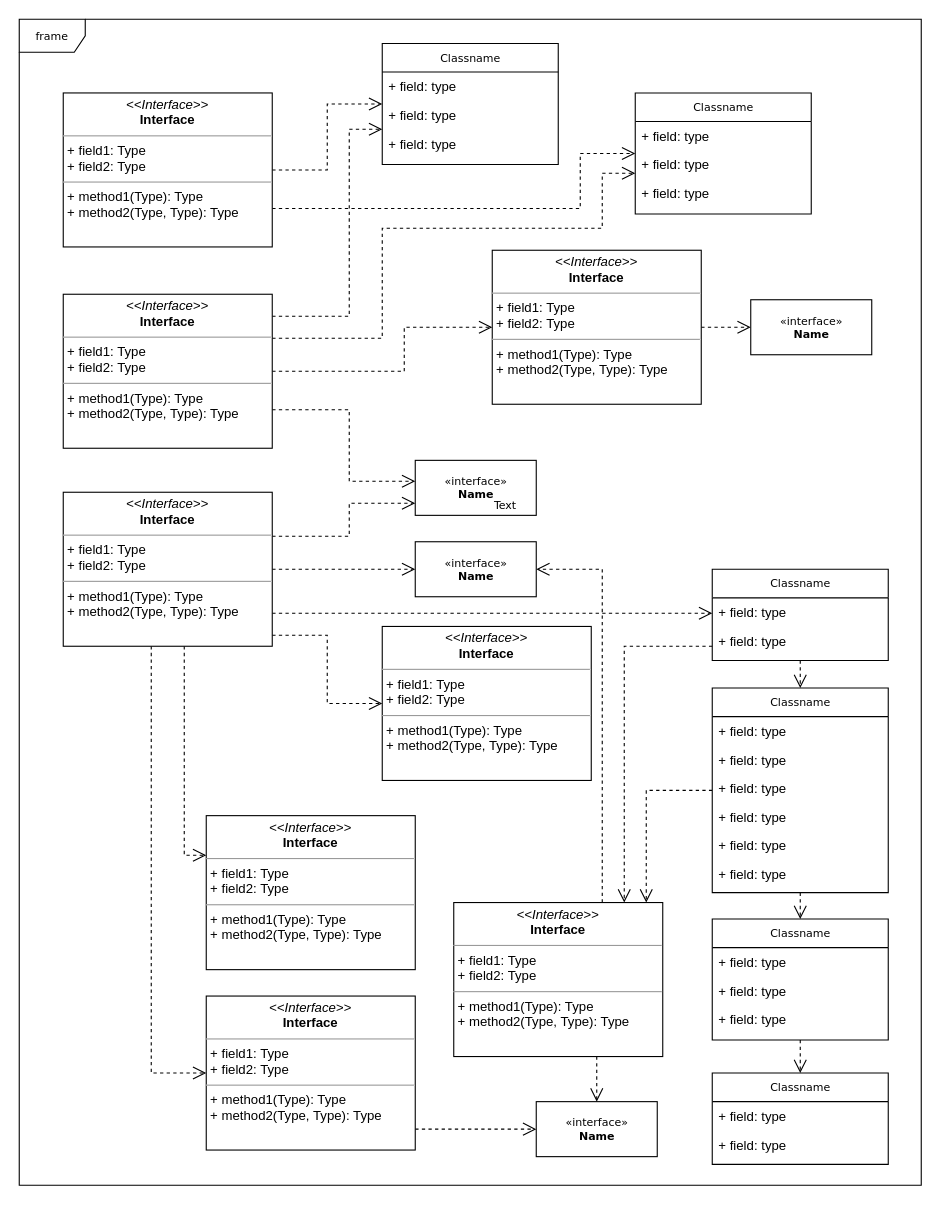
PedroPzz/AppTeste keeps this draw.io diagram as Diagrama sem nome.drawio. Above is the earlier version. Source tidied: cells renumbered, new cells numbered last; positions are measured from the earlier drawing's top-left corner, leaving out a move shared by most shapes. Both pictures are drawn from the tidied source at 110%, with x=0, y=0 at pixel (19, 19).
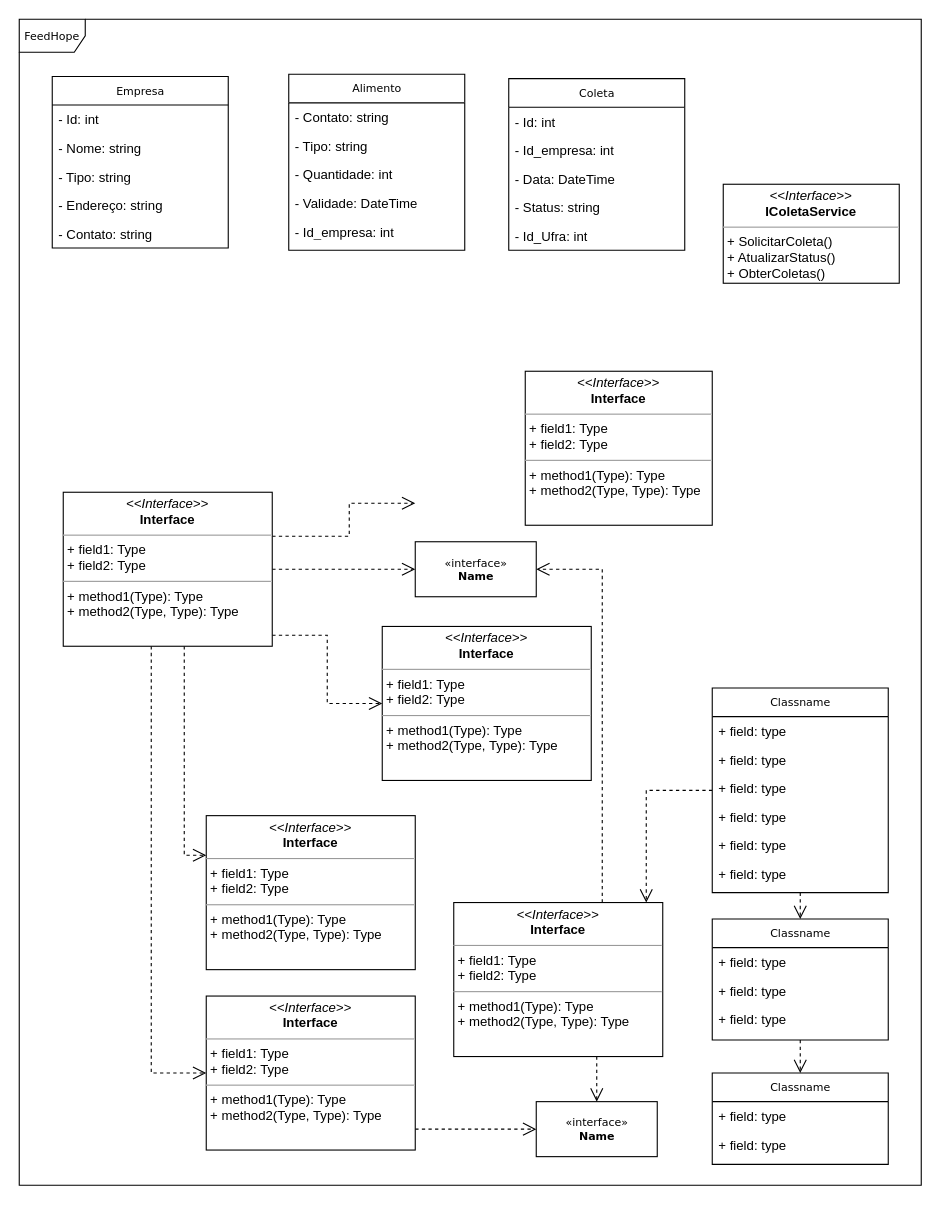
The same page after the edit.

The change refers to these unchanged cells:
```xml
<mxCell id="5" value="Classname" style="swimlane;html=1;fontStyle=0;horizontal=1;startSize=26;fillColor=none;swimlaneFillColor=#ffffff;rounded=0;shadow=0;comic=0;labelBackgroundColor=none;strokeWidth=1;fontFamily=Verdana;fontSize=10;align=center;" parent="1" vertex="1">
  <mxGeometry x="630" y="608" width="160" height="186" as="geometry" />
</mxCell>
<mxCell id="35" value="&lt;p style=&quot;margin:0px;margin-top:4px;text-align:center;&quot;&gt;&lt;i&gt;&amp;lt;&amp;lt;Interface&amp;gt;&amp;gt;&lt;/i&gt;&lt;br/&gt;&lt;b&gt;Interface&lt;/b&gt;&lt;/p&gt;&lt;hr size=&quot;1&quot;/&gt;&lt;p style=&quot;margin:0px;margin-left:4px;&quot;&gt;+ field1: Type&lt;br/&gt;+ field2: Type&lt;/p&gt;&lt;hr size=&quot;1&quot;/&gt;&lt;p style=&quot;margin:0px;margin-left:4px;&quot;&gt;+ method1(Type): Type&lt;br/&gt;+ method2(Type, Type): Type&lt;/p&gt;" style="verticalAlign=top;align=left;overflow=fill;fontSize=12;fontFamily=Helvetica;html=1;rounded=0;shadow=0;comic=0;labelBackgroundColor=none;strokeWidth=1;" parent="1" vertex="1">
  <mxGeometry x="395" y="803" width="190" height="140" as="geometry" />
</mxCell>
<mxCell id="60" value="&lt;p style=&quot;margin:0px;margin-top:4px;text-align:center;&quot;&gt;&lt;i&gt;&amp;lt;&amp;lt;Interface&amp;gt;&amp;gt;&lt;/i&gt;&lt;br/&gt;&lt;b&gt;Interface&lt;/b&gt;&lt;/p&gt;&lt;hr size=&quot;1&quot;/&gt;&lt;p style=&quot;margin:0px;margin-left:4px;&quot;&gt;+ field1: Type&lt;br/&gt;+ field2: Type&lt;/p&gt;&lt;hr size=&quot;1&quot;/&gt;&lt;p style=&quot;margin:0px;margin-left:4px;&quot;&gt;+ method1(Type): Type&lt;br/&gt;+ method2(Type, Type): Type&lt;/p&gt;" style="verticalAlign=top;align=left;overflow=fill;fontSize=12;fontFamily=Helvetica;html=1;rounded=0;shadow=0;comic=0;labelBackgroundColor=none;strokeWidth=1;" parent="1" vertex="1">
  <mxGeometry x="40" y="430" width="190" height="140" as="geometry" />
</mxCell>
```

Diff of the diagram source:
```diff
@@
-    <mxCell id="2" value="frame" style="shape=umlFrame;whiteSpace=wrap;html=1;rounded=0;shadow=0;comic=0;labelBackgroundColor=none;strokeWidth=1;fontFamily=Verdana;fontSize=10;align=center;" parent="1" vertex="1">
+    <mxCell id="2" value="FeedHope" style="shape=umlFrame;whiteSpace=wrap;html=1;rounded=0;shadow=0;comic=0;labelBackgroundColor=none;strokeWidth=1;fontFamily=Verdana;fontSize=10;align=center;" parent="1" vertex="1">
       <mxGeometry width="820" height="1060" as="geometry" />
     </mxCell>
@@
-    <mxCell id="12" value="Classname" style="swimlane;html=1;fontStyle=0;horizontal=1;startSize=26;fillColor=none;swimlaneFillColor=#ffffff;rounded=0;shadow=0;comic=0;labelBackgroundColor=none;strokeWidth=1;fontFamily=Verdana;fontSize=10;align=center;" parent="1" vertex="1">
-      <mxGeometry x="330" y="22" width="160" height="110" as="geometry" />
+    <mxCell id="12" value="Empresa" style="swimlane;html=1;fontStyle=0;horizontal=1;startSize=26;fillColor=none;swimlaneFillColor=#ffffff;rounded=0;shadow=0;comic=0;labelBackgroundColor=none;strokeWidth=1;fontFamily=Verdana;fontSize=10;align=center;" parent="1" vertex="1">
+      <mxGeometry x="30" y="52" width="160" height="156" as="geometry" />
     </mxCell>
-    <mxCell id="13" value="+ field: type" style="text;html=1;strokeColor=none;fillColor=none;align=left;verticalAlign=top;spacingLeft=4;spacingRight=4;whiteSpace=wrap;overflow=hidden;" parent="12" vertex="1">
+    <mxCell id="13" value="- Id: int" style="text;html=1;strokeColor=none;fillColor=none;align=left;verticalAlign=top;spacingLeft=4;spacingRight=4;whiteSpace=wrap;overflow=hidden;" parent="12" vertex="1">
       <mxGeometry y="26" width="160" height="26" as="geometry" />
     </mxCell>
-    <mxCell id="14" value="+ field: type" style="text;html=1;strokeColor=none;fillColor=none;align=left;verticalAlign=top;spacingLeft=4;spacingRight=4;whiteSpace=wrap;overflow=hidden;" parent="12" vertex="1">
+    <mxCell id="14" value="- Nome: string" style="text;html=1;strokeColor=none;fillColor=none;align=left;verticalAlign=top;spacingLeft=4;spacingRight=4;whiteSpace=wrap;overflow=hidden;" parent="12" vertex="1">
       <mxGeometry y="52" width="160" height="26" as="geometry" />
     </mxCell>
-    <mxCell id="15" value="+ field: type" style="text;html=1;strokeColor=none;fillColor=none;align=left;verticalAlign=top;spacingLeft=4;spacingRight=4;whiteSpace=wrap;overflow=hidden;" parent="12" vertex="1">
+    <mxCell id="15" value="- Tipo: string" style="text;html=1;strokeColor=none;fillColor=none;align=left;verticalAlign=top;spacingLeft=4;spacingRight=4;whiteSpace=wrap;overflow=hidden;" parent="12" vertex="1">
       <mxGeometry y="78" width="160" height="26" as="geometry" />
     </mxCell>
+    <mxCell id="62" value="- Endereço: string" style="text;html=1;strokeColor=none;fillColor=none;align=left;verticalAlign=top;spacingLeft=4;spacingRight=4;whiteSpace=wrap;overflow=hidden;" parent="12" vertex="1">
+      <mxGeometry y="104" width="160" height="26" as="geometry" />
+    </mxCell>
+    <mxCell id="63" value="- Contato: string" style="text;html=1;strokeColor=none;fillColor=none;align=left;verticalAlign=top;spacingLeft=4;spacingRight=4;whiteSpace=wrap;overflow=hidden;" parent="12" vertex="1">
+      <mxGeometry y="130" width="160" height="26" as="geometry" />
+    </mxCell>
-    <mxCell id="16" value="Classname" style="swimlane;html=1;fontStyle=0;horizontal=1;startSize=26;fillColor=none;swimlaneFillColor=#ffffff;rounded=0;shadow=0;comic=0;labelBackgroundColor=none;strokeWidth=1;fontFamily=Verdana;fontSize=10;align=center;" parent="1" vertex="1">
-      <mxGeometry x="560" y="67" width="160" height="110" as="geometry" />
+    <mxCell id="16" value="Alimento" style="swimlane;html=1;fontStyle=0;horizontal=1;startSize=26;fillColor=none;swimlaneFillColor=#ffffff;rounded=0;shadow=0;comic=0;labelBackgroundColor=none;strokeWidth=1;fontFamily=Verdana;fontSize=10;align=center;" parent="1" vertex="1">
+      <mxGeometry x="245" y="50" width="160" height="160" as="geometry" />
     </mxCell>
-    <mxCell id="17" value="+ field: type" style="text;html=1;strokeColor=none;fillColor=none;align=left;verticalAlign=top;spacingLeft=4;spacingRight=4;whiteSpace=wrap;overflow=hidden;" parent="16" vertex="1">
-      <mxGeometry y="26" width="160" height="26" as="geometry" />
-    </mxCell>
-    <mxCell id="18" value="+ field: type" style="text;html=1;strokeColor=none;fillColor=none;align=left;verticalAlign=top;spacingLeft=4;spacingRight=4;whiteSpace=wrap;overflow=hidden;" parent="16" vertex="1">
-      <mxGeometry y="52" width="160" height="26" as="geometry" />
-    </mxCell>
-    <mxCell id="19" value="+ field: type" style="text;html=1;strokeColor=none;fillColor=none;align=left;verticalAlign=top;spacingLeft=4;spacingRight=4;whiteSpace=wrap;overflow=hidden;" parent="16" vertex="1">
-      <mxGeometry y="78" width="160" height="26" as="geometry" />
-    </mxCell>
+    <mxCell id="64" value="- Contato: string" style="text;html=1;strokeColor=none;fillColor=none;align=left;verticalAlign=top;spacingLeft=4;spacingRight=4;whiteSpace=wrap;overflow=hidden;" parent="16" vertex="1">
+      <mxGeometry y="26" width="160" height="26" as="geometry" />
+    </mxCell>
+    <mxCell id="65" value="- Tipo: string" style="text;html=1;strokeColor=none;fillColor=none;align=left;verticalAlign=top;spacingLeft=4;spacingRight=4;whiteSpace=wrap;overflow=hidden;" parent="16" vertex="1">
+      <mxGeometry y="52" width="160" height="26" as="geometry" />
+    </mxCell>
+    <mxCell id="66" value="- Quantidade: int" style="text;html=1;strokeColor=none;fillColor=none;align=left;verticalAlign=top;spacingLeft=4;spacingRight=4;whiteSpace=wrap;overflow=hidden;" parent="16" vertex="1">
+      <mxGeometry y="78" width="160" height="26" as="geometry" />
+    </mxCell>
+    <mxCell id="67" value="- Validade: DateTime" style="text;html=1;strokeColor=none;fillColor=none;align=left;verticalAlign=top;spacingLeft=4;spacingRight=4;whiteSpace=wrap;overflow=hidden;" parent="16" vertex="1">
+      <mxGeometry y="104" width="160" height="26" as="geometry" />
+    </mxCell>
+    <mxCell id="68" value="- Id_empresa: int" style="text;html=1;strokeColor=none;fillColor=none;align=left;verticalAlign=top;spacingLeft=4;spacingRight=4;whiteSpace=wrap;overflow=hidden;" parent="16" vertex="1">
+      <mxGeometry y="130" width="160" height="26" as="geometry" />
+    </mxCell>
@@
-    <mxCell id="28" style="edgeStyle=orthogonalEdgeStyle;rounded=0;html=1;dashed=1;labelBackgroundColor=none;startFill=0;endArrow=open;endFill=0;endSize=10;fontFamily=Verdana;fontSize=10;" parent="1" edge="1" source="29" target="5">
-      <mxGeometry relative="1" as="geometry" />
-    </mxCell>
-    <mxCell id="29" value="Classname" style="swimlane;html=1;fontStyle=0;horizontal=1;startSize=26;fillColor=none;swimlaneFillColor=#ffffff;rounded=0;shadow=0;comic=0;labelBackgroundColor=none;strokeWidth=1;fontFamily=Verdana;fontSize=10;align=center;" parent="1" vertex="1">
-      <mxGeometry x="630" y="500" width="160" height="83" as="geometry" />
+    <mxCell id="29" value="Coleta" style="swimlane;html=1;fontStyle=0;horizontal=1;startSize=26;fillColor=none;swimlaneFillColor=#ffffff;rounded=0;shadow=0;comic=0;labelBackgroundColor=none;strokeWidth=1;fontFamily=Verdana;fontSize=10;align=center;" parent="1" vertex="1">
+      <mxGeometry x="445" y="54" width="160" height="156" as="geometry" />
     </mxCell>
-    <mxCell id="30" value="+ field: type" style="text;html=1;strokeColor=none;fillColor=none;align=left;verticalAlign=top;spacingLeft=4;spacingRight=4;whiteSpace=wrap;overflow=hidden;" parent="29" vertex="1">
-      <mxGeometry y="26" width="160" height="26" as="geometry" />
-    </mxCell>
-    <mxCell id="31" value="+ field: type" style="text;html=1;strokeColor=none;fillColor=none;align=left;verticalAlign=top;spacingLeft=4;spacingRight=4;whiteSpace=wrap;overflow=hidden;" parent="29" vertex="1">
-      <mxGeometry y="52" width="160" height="26" as="geometry" />
-    </mxCell>
+    <mxCell id="69" value="- Id: int" style="text;html=1;strokeColor=none;fillColor=none;align=left;verticalAlign=top;spacingLeft=4;spacingRight=4;whiteSpace=wrap;overflow=hidden;" parent="29" vertex="1">
+      <mxGeometry y="26" width="160" height="26" as="geometry" />
+    </mxCell>
+    <mxCell id="70" value="- Id_empresa: int" style="text;html=1;strokeColor=none;fillColor=none;align=left;verticalAlign=top;spacingLeft=4;spacingRight=4;whiteSpace=wrap;overflow=hidden;" parent="29" vertex="1">
+      <mxGeometry y="52" width="160" height="26" as="geometry" />
+    </mxCell>
+    <mxCell id="71" value="- Data: DateTime" style="text;html=1;strokeColor=none;fillColor=none;align=left;verticalAlign=top;spacingLeft=4;spacingRight=4;whiteSpace=wrap;overflow=hidden;" parent="29" vertex="1">
+      <mxGeometry y="78" width="160" height="26" as="geometry" />
+    </mxCell>
+    <mxCell id="72" value="- Status: string" style="text;html=1;strokeColor=none;fillColor=none;align=left;verticalAlign=top;spacingLeft=4;spacingRight=4;whiteSpace=wrap;overflow=hidden;" parent="29" vertex="1">
+      <mxGeometry y="104" width="160" height="26" as="geometry" />
+    </mxCell>
+    <mxCell id="73" value="- Id_Ufra: int" style="text;html=1;strokeColor=none;fillColor=none;align=left;verticalAlign=top;spacingLeft=4;spacingRight=4;whiteSpace=wrap;overflow=hidden;" parent="29" vertex="1">
+      <mxGeometry y="130" width="160" height="26" as="geometry" />
+    </mxCell>
@@
-    <mxCell id="41" value="&amp;laquo;interface&amp;raquo;&lt;br&gt;&lt;b&gt;Name&lt;/b&gt;" style="html=1;rounded=0;shadow=0;comic=0;labelBackgroundColor=none;strokeWidth=1;fontFamily=Verdana;fontSize=10;align=center;" parent="1" vertex="1">
-      <mxGeometry x="360" y="401" width="110" height="50" as="geometry" />
-    </mxCell>
-    <mxCell id="42" style="edgeStyle=orthogonalEdgeStyle;rounded=0;html=1;dashed=1;labelBackgroundColor=none;startFill=0;endArrow=open;endFill=0;endSize=10;fontFamily=Verdana;fontSize=10;" parent="1" edge="1" source="43" target="45">
-      <mxGeometry relative="1" as="geometry" />
-    </mxCell>
-    <mxCell id="43" value="&lt;p style=&quot;margin:0px;margin-top:4px;text-align:center;&quot;&gt;&lt;i&gt;&amp;lt;&amp;lt;Interface&amp;gt;&amp;gt;&lt;/i&gt;&lt;br/&gt;&lt;b&gt;Interface&lt;/b&gt;&lt;/p&gt;&lt;hr size=&quot;1&quot;/&gt;&lt;p style=&quot;margin:0px;margin-left:4px;&quot;&gt;+ field1: Type&lt;br/&gt;+ field2: Type&lt;/p&gt;&lt;hr size=&quot;1&quot;/&gt;&lt;p style=&quot;margin:0px;margin-left:4px;&quot;&gt;+ method1(Type): Type&lt;br/&gt;+ method2(Type, Type): Type&lt;/p&gt;" style="verticalAlign=top;align=left;overflow=fill;fontSize=12;fontFamily=Helvetica;html=1;rounded=0;shadow=0;comic=0;labelBackgroundColor=none;strokeWidth=1;" parent="1" vertex="1">
-      <mxGeometry x="430" y="210" width="190" height="140" as="geometry" />
+    <mxCell id="43" value="&lt;p style=&quot;margin:0px;margin-top:4px;text-align:center;&quot;&gt;&lt;i&gt;&amp;lt;&amp;lt;Interface&amp;gt;&amp;gt;&lt;/i&gt;&lt;br&gt;&lt;b&gt;IColetaService&lt;/b&gt;&lt;/p&gt;&lt;hr size=&quot;1&quot;&gt;&lt;p style=&quot;margin:0px;margin-left:4px;&quot;&gt;+ SolicitarColeta()&lt;br&gt;+ AtualizarStatus()&lt;/p&gt;&lt;p style=&quot;margin:0px;margin-left:4px;&quot;&gt;+ ObterColetas()&lt;/p&gt;" style="verticalAlign=top;align=left;overflow=fill;fontSize=12;fontFamily=Helvetica;html=1;rounded=0;shadow=0;comic=0;labelBackgroundColor=none;strokeWidth=1;" parent="1" vertex="1">
+      <mxGeometry x="640" y="150" width="160" height="90" as="geometry" />
     </mxCell>
-    <mxCell id="44" value="Text" style="text;html=1;align=left;verticalAlign=top;spacingTop=-4;fontSize=10;fontFamily=Verdana;fontColor=#000000;" parent="1" vertex="1">
-      <mxGeometry x="430" y="434" width="40" height="10" as="geometry" />
-    </mxCell>
-    <mxCell id="45" value="&amp;laquo;interface&amp;raquo;&lt;br&gt;&lt;b&gt;Name&lt;/b&gt;" style="html=1;rounded=0;shadow=0;comic=0;labelBackgroundColor=none;strokeWidth=1;fontFamily=Verdana;fontSize=10;align=center;" parent="1" vertex="1">
-      <mxGeometry x="665" y="255" width="110" height="50" as="geometry" />
-    </mxCell>
-    <mxCell id="46" style="edgeStyle=orthogonalEdgeStyle;rounded=0;html=1;labelBackgroundColor=none;startFill=0;endArrow=open;endFill=0;endSize=10;fontFamily=Verdana;fontSize=10;dashed=1;" parent="1" edge="1" source="48" target="12">
-      <mxGeometry relative="1" as="geometry" />
-    </mxCell>
-    <mxCell id="47" style="edgeStyle=orthogonalEdgeStyle;rounded=0;html=1;exitX=1;exitY=0.75;dashed=1;labelBackgroundColor=none;startFill=0;endArrow=open;endFill=0;endSize=10;fontFamily=Verdana;fontSize=10;" parent="1" edge="1" source="48" target="16">
-      <mxGeometry relative="1" as="geometry">
-        <Array as="points">
-          <mxPoint x="510" y="172" />
-          <mxPoint x="510" y="122" />
-        </Array>
-      </mxGeometry>
-    </mxCell>
-    <mxCell id="48" value="&lt;p style=&quot;margin:0px;margin-top:4px;text-align:center;&quot;&gt;&lt;i&gt;&amp;lt;&amp;lt;Interface&amp;gt;&amp;gt;&lt;/i&gt;&lt;br/&gt;&lt;b&gt;Interface&lt;/b&gt;&lt;/p&gt;&lt;hr size=&quot;1&quot;/&gt;&lt;p style=&quot;margin:0px;margin-left:4px;&quot;&gt;+ field1: Type&lt;br/&gt;+ field2: Type&lt;/p&gt;&lt;hr size=&quot;1&quot;/&gt;&lt;p style=&quot;margin:0px;margin-left:4px;&quot;&gt;+ method1(Type): Type&lt;br/&gt;+ method2(Type, Type): Type&lt;/p&gt;" style="verticalAlign=top;align=left;overflow=fill;fontSize=12;fontFamily=Helvetica;html=1;rounded=0;shadow=0;comic=0;labelBackgroundColor=none;strokeWidth=1;" parent="1" vertex="1">
-      <mxGeometry x="40" y="67" width="190" height="140" as="geometry" />
-    </mxCell>
-    <mxCell id="49" style="edgeStyle=orthogonalEdgeStyle;rounded=0;html=1;dashed=1;labelBackgroundColor=none;startFill=0;endArrow=open;endFill=0;endSize=10;fontFamily=Verdana;fontSize=10;" parent="1" edge="1" source="53" target="12">
-      <mxGeometry relative="1" as="geometry">
-        <Array as="points">
-          <mxPoint x="300" y="270" />
-          <mxPoint x="300" y="100" />
-        </Array>
-      </mxGeometry>
-    </mxCell>
-    <mxCell id="50" style="edgeStyle=orthogonalEdgeStyle;rounded=0;html=1;dashed=1;labelBackgroundColor=none;startFill=0;endArrow=open;endFill=0;endSize=10;fontFamily=Verdana;fontSize=10;" parent="1" edge="1" source="53" target="16">
-      <mxGeometry relative="1" as="geometry">
-        <Array as="points">
-          <mxPoint x="330" y="290" />
-          <mxPoint x="330" y="190" />
-          <mxPoint x="530" y="190" />
-          <mxPoint x="530" y="140" />
-        </Array>
-      </mxGeometry>
-    </mxCell>
-    <mxCell id="51" style="edgeStyle=orthogonalEdgeStyle;rounded=0;html=1;dashed=1;labelBackgroundColor=none;startFill=0;endArrow=open;endFill=0;endSize=10;fontFamily=Verdana;fontSize=10;" parent="1" edge="1" source="53" target="43">
-      <mxGeometry relative="1" as="geometry">
-        <Array as="points">
-          <mxPoint x="350" y="320" />
-          <mxPoint x="350" y="280" />
-        </Array>
-      </mxGeometry>
-    </mxCell>
-    <mxCell id="52" style="edgeStyle=orthogonalEdgeStyle;rounded=0;html=1;exitX=1;exitY=0.75;dashed=1;labelBackgroundColor=none;startFill=0;endArrow=open;endFill=0;endSize=10;fontFamily=Verdana;fontSize=10;" parent="1" edge="1" source="53" target="41">
-      <mxGeometry relative="1" as="geometry">
-        <Array as="points">
-          <mxPoint x="300" y="355" />
-          <mxPoint x="300" y="420" />
-        </Array>
-      </mxGeometry>
-    </mxCell>
-    <mxCell id="53" value="&lt;p style=&quot;margin:0px;margin-top:4px;text-align:center;&quot;&gt;&lt;i&gt;&amp;lt;&amp;lt;Interface&amp;gt;&amp;gt;&lt;/i&gt;&lt;br/&gt;&lt;b&gt;Interface&lt;/b&gt;&lt;/p&gt;&lt;hr size=&quot;1&quot;/&gt;&lt;p style=&quot;margin:0px;margin-left:4px;&quot;&gt;+ field1: Type&lt;br/&gt;+ field2: Type&lt;/p&gt;&lt;hr size=&quot;1&quot;/&gt;&lt;p style=&quot;margin:0px;margin-left:4px;&quot;&gt;+ method1(Type): Type&lt;br/&gt;+ method2(Type, Type): Type&lt;/p&gt;" style="verticalAlign=top;align=left;overflow=fill;fontSize=12;fontFamily=Helvetica;html=1;rounded=0;shadow=0;comic=0;labelBackgroundColor=none;strokeWidth=1;" parent="1" vertex="1">
-      <mxGeometry x="40" y="250" width="190" height="140" as="geometry" />
-    </mxCell>
-    <mxCell id="54" style="edgeStyle=orthogonalEdgeStyle;rounded=0;html=1;dashed=1;labelBackgroundColor=none;startFill=0;endArrow=open;endFill=0;endSize=10;fontFamily=Verdana;fontSize=10;" parent="1" edge="1" source="60" target="41">
+    <mxCell id="54" style="edgeStyle=orthogonalEdgeStyle;rounded=0;html=1;dashed=1;labelBackgroundColor=none;startFill=0;endArrow=open;endFill=0;endSize=10;fontFamily=Verdana;fontSize=10;" parent="1" edge="1" source="60">
       <mxGeometry relative="1" as="geometry">
+        <mxPoint x="360" y="440" as="targetPoint" />
         <Array as="points">
           <mxPoint x="300" y="470" />
           <mxPoint x="300" y="440" />
         </Array>
       </mxGeometry>
     </mxCell>
@@
-    <mxCell id="57" style="edgeStyle=orthogonalEdgeStyle;rounded=0;html=1;dashed=1;labelBackgroundColor=none;startFill=0;endArrow=open;endFill=0;endSize=10;fontFamily=Verdana;fontSize=10;" parent="1" edge="1" source="60" target="29">
-      <mxGeometry relative="1" as="geometry">
-        <Array as="points">
-          <mxPoint x="330" y="540" />
-          <mxPoint x="330" y="540" />
-        </Array>
-      </mxGeometry>
-    </mxCell>
@@
-    <mxCell id="61" style="edgeStyle=orthogonalEdgeStyle;rounded=0;html=1;dashed=1;labelBackgroundColor=none;startFill=0;endArrow=open;endFill=0;endSize=10;fontFamily=Verdana;fontSize=10;" parent="1" edge="1" source="29" target="35">
-      <mxGeometry relative="1" as="geometry">
-        <Array as="points">
-          <mxPoint x="550" y="570" />
-        </Array>
-      </mxGeometry>
-    </mxCell>
+    <mxCell id="74" value="&lt;p style=&quot;margin:0px;margin-top:4px;text-align:center;&quot;&gt;&lt;i&gt;&amp;lt;&amp;lt;Interface&amp;gt;&amp;gt;&lt;/i&gt;&lt;br/&gt;&lt;b&gt;Interface&lt;/b&gt;&lt;/p&gt;&lt;hr size=&quot;1&quot;/&gt;&lt;p style=&quot;margin:0px;margin-left:4px;&quot;&gt;+ field1: Type&lt;br/&gt;+ field2: Type&lt;/p&gt;&lt;hr size=&quot;1&quot;/&gt;&lt;p style=&quot;margin:0px;margin-left:4px;&quot;&gt;+ method1(Type): Type&lt;br/&gt;+ method2(Type, Type): Type&lt;/p&gt;" style="verticalAlign=top;align=left;overflow=fill;fontSize=12;fontFamily=Helvetica;html=1;rounded=0;shadow=0;comic=0;labelBackgroundColor=none;strokeWidth=1;" parent="1" vertex="1">
+      <mxGeometry x="460" y="320" width="170" height="140" as="geometry" />
+    </mxCell>
```
